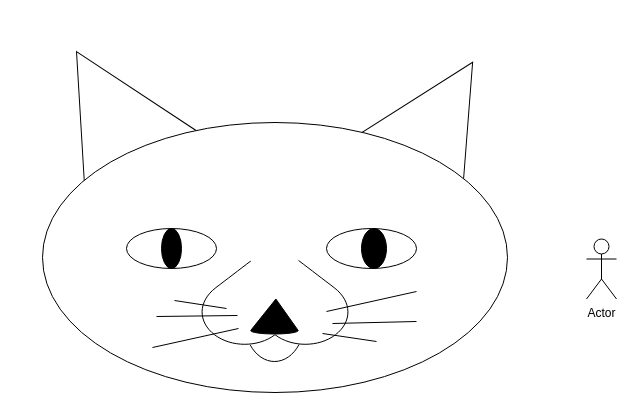
cherju/diagrams keeps this draw.io diagram as cat.drawio. Above is the earlier version. Source tidied: cells renumbered, new cells numbered last; positions are measured from the earlier drawing's top-left corner, leaving out a move shared by most shapes. Both pictures are drawn from the tidied source at 100%, with x=0, y=0 at pixel (42, 41).
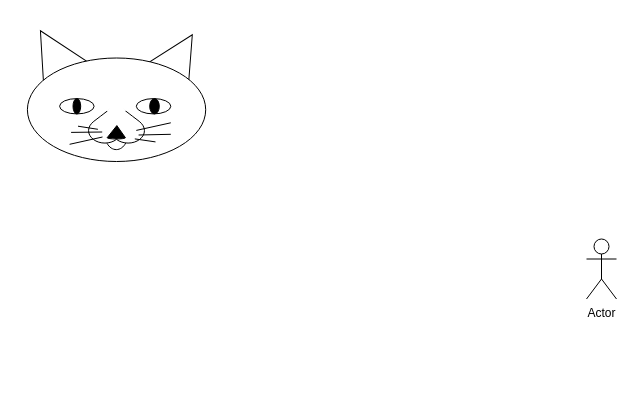
The same diagram, later.

Diff of the diagram source:
```diff
@@
+    <mxCell id="20" value="Actor" style="shape=umlActor;verticalLabelPosition=bottom;verticalAlign=top;html=1;direction=east;" parent="1" vertex="1">
+      <mxGeometry x="544" y="197.5" width="30" height="60" as="geometry" />
+    </mxCell>
+    <mxCell id="21" style="group;" parent="1" vertex="1">
+      <mxGeometry x="-24.5" y="-23.7" width="196.5" height="143.7" as="geometry" />
+    </mxCell>
-    <mxCell id="2" style="verticalLabelPosition=bottom;verticalAlign=top;html=1;shape=mxgraph.basic.cone2;dx=0.5;dy=0.9;rotation=31;" parent="1" vertex="1">
-      <mxGeometry x="324" y="10" width="135" height="150" as="geometry" />
+    <mxCell id="2" style="verticalLabelPosition=bottom;verticalAlign=top;html=1;shape=mxgraph.basic.cone2;dx=0.5;dy=0.9;rotation=31;" parent="21" vertex="1">
+      <mxGeometry x="133.6" y="12.9" width="51.8" height="57.5" as="geometry" />
     </mxCell>
-    <mxCell id="3" style="verticalLabelPosition=bottom;verticalAlign=top;html=1;shape=mxgraph.basic.cone2;dx=0.5;dy=0.9;rotation=-30;" parent="1" vertex="1">
-      <mxGeometry x="4" width="135" height="150" as="geometry" />
+    <mxCell id="3" style="verticalLabelPosition=bottom;verticalAlign=top;html=1;shape=mxgraph.basic.cone2;dx=0.5;dy=0.9;rotation=-30;" parent="21" vertex="1">
+      <mxGeometry x="10.9" y="9.1" width="51.8" height="57.5" as="geometry" />
     </mxCell>
-    <mxCell id="4" style="ellipse;whiteSpace=wrap;html=1;" parent="1" vertex="1">
-      <mxGeometry y="81" width="465" height="270" as="geometry" />
+    <mxCell id="4" style="ellipse;whiteSpace=wrap;html=1;" parent="21" vertex="1">
+      <mxGeometry x="9.4" y="40.2" width="178.3" height="103.5" as="geometry" />
     </mxCell>
-    <mxCell id="5" style="ellipse;whiteSpace=wrap;html=1;" parent="1" vertex="1">
-      <mxGeometry x="84" y="187" width="90" height="40" as="geometry" />
+    <mxCell id="5" style="ellipse;whiteSpace=wrap;html=1;" parent="21" vertex="1">
+      <mxGeometry x="41.6" y="80.8" width="34.5" height="15.3" as="geometry" />
     </mxCell>
-    <mxCell id="6" style="ellipse;whiteSpace=wrap;html=1;fillColor=#000000;" parent="1" vertex="1">
-      <mxGeometry x="119" y="187" width="20" height="40" as="geometry" />
+    <mxCell id="6" style="ellipse;whiteSpace=wrap;html=1;fillColor=#000000;" parent="21" vertex="1">
+      <mxGeometry x="55" y="80.8" width="7.7" height="15.3" as="geometry" />
     </mxCell>
-    <mxCell id="7" style="ellipse;whiteSpace=wrap;html=1;" parent="1" vertex="1">
-      <mxGeometry x="284" y="187" width="90" height="40" as="geometry" />
+    <mxCell id="7" style="ellipse;whiteSpace=wrap;html=1;" parent="21" vertex="1">
+      <mxGeometry x="118.3" y="80.8" width="34.5" height="15.3" as="geometry" />
     </mxCell>
-    <mxCell id="8" style="ellipse;whiteSpace=wrap;html=1;fillColor=#000000;" parent="1" vertex="1">
-      <mxGeometry x="319" y="187" width="25" height="40" as="geometry" />
+    <mxCell id="8" style="ellipse;whiteSpace=wrap;html=1;fillColor=#000000;" parent="21" vertex="1">
+      <mxGeometry x="131.7" y="80.8" width="9.6" height="15.3" as="geometry" />
     </mxCell>
-    <mxCell id="9" style="verticalLabelPosition=bottom;verticalAlign=top;html=1;shape=mxgraph.basic.heart;rotation=-180;fillColor=#FFFFFF;" parent="1" vertex="1">
-      <mxGeometry x="155" y="201" width="155" height="105" as="geometry" />
+    <mxCell id="9" style="verticalLabelPosition=bottom;verticalAlign=top;html=1;shape=mxgraph.basic.heart;rotation=-180;fillColor=#FFFFFF;" parent="21" vertex="1">
+      <mxGeometry x="68.8" y="86.2" width="59.4" height="40.3" as="geometry" />
     </mxCell>
-    <mxCell id="10" style="verticalLabelPosition=bottom;verticalAlign=top;html=1;shape=mxgraph.basic.arc;startAngle=0.3474883799639614;endAngle=0.649668497640334;" parent="1" vertex="1">
-      <mxGeometry x="202" y="240" width="60" height="80" as="geometry" />
+    <mxCell id="10" style="verticalLabelPosition=bottom;verticalAlign=top;html=1;shape=mxgraph.basic.arc;startAngle=0.3474883799639614;endAngle=0.649668497640334;" parent="21" vertex="1">
+      <mxGeometry x="86.8" y="101.1" width="23" height="30.7" as="geometry" />
     </mxCell>
-    <mxCell id="11" style="verticalLabelPosition=bottom;verticalAlign=top;html=1;shape=mxgraph.basic.cone2;dx=0.53;dy=0.9;fillColor=#000000;" parent="1" vertex="1">
-      <mxGeometry x="208.2" y="257.5" width="47.5" height="35" as="geometry" />
+    <mxCell id="11" style="verticalLabelPosition=bottom;verticalAlign=top;html=1;shape=mxgraph.basic.cone2;dx=0.53;dy=0.9;fillColor=#000000;" parent="21" vertex="1">
+      <mxGeometry x="89.2" y="107.8" width="18.2" height="13.4" as="geometry" />
     </mxCell>
-    <mxCell id="12" style="verticalLabelPosition=bottom;verticalAlign=top;html=1;shape=mxgraph.basic.cone2;dx=0.53;dy=0.9;fillColor=#FFFFFF;strokeColor=#FFFFFF;" parent="1" vertex="1">
-      <mxGeometry x="208.2" y="187.5" width="47.5" height="35" as="geometry" />
+    <mxCell id="12" style="verticalLabelPosition=bottom;verticalAlign=top;html=1;shape=mxgraph.basic.cone2;dx=0.53;dy=0.9;fillColor=#FFFFFF;strokeColor=#FFFFFF;" parent="21" vertex="1">
+      <mxGeometry x="89.2" y="81" width="18.2" height="13.4" as="geometry" />
     </mxCell>
-    <mxCell id="13" style="endArrow=none;html=1;rounded=0;" parent="1" edge="1">
+    <mxCell id="13" style="endArrow=none;html=1;rounded=0;" parent="21" edge="1">
       <mxGeometry relative="1" as="geometry">
-        <mxPoint x="284" y="270" as="sourcePoint" />
-        <mxPoint x="374" y="250" as="targetPoint" />
+        <mxPoint x="118.3" y="112.6" as="sourcePoint" />
+        <mxPoint x="152.8" y="105" as="targetPoint" />
       </mxGeometry>
     </mxCell>
-    <mxCell id="14" style="endArrow=none;html=1;rounded=0;entryX=0.796;entryY=0.741;entryDx=0;entryDy=0;entryPerimeter=0;" parent="1" edge="1">
+    <mxCell id="14" style="endArrow=none;html=1;rounded=0;entryX=0.796;entryY=0.741;entryDx=0;entryDy=0;entryPerimeter=0;" parent="21" edge="1">
       <mxGeometry relative="1" as="geometry">
-        <mxPoint x="290" y="282" as="sourcePoint" />
-        <mxPoint x="374" y="280" as="targetPoint" />
+        <mxPoint x="120.6" y="117.2" as="sourcePoint" />
+        <mxPoint x="152.8" y="116.5" as="targetPoint" />
       </mxGeometry>
     </mxCell>
-    <mxCell id="15" style="endArrow=none;html=1;rounded=0;entryX=0.71;entryY=0.815;entryDx=0;entryDy=0;entryPerimeter=0;" parent="1" edge="1">
+    <mxCell id="15" style="endArrow=none;html=1;rounded=0;entryX=0.71;entryY=0.815;entryDx=0;entryDy=0;entryPerimeter=0;" parent="21" edge="1">
       <mxGeometry relative="1" as="geometry">
-        <mxPoint x="280" y="292" as="sourcePoint" />
-        <mxPoint x="334" y="300" as="targetPoint" />
+        <mxPoint x="116.8" y="121.1" as="sourcePoint" />
+        <mxPoint x="137.5" y="124.1" as="targetPoint" />
       </mxGeometry>
     </mxCell>
-    <mxCell id="16" style="group;flipH=1;flipV=1;rotation=-180;direction=south;" parent="1" vertex="1">
-      <mxGeometry x="114" y="225" width="50" height="90" as="geometry" />
+    <mxCell id="16" style="group;flipH=1;flipV=1;rotation=-180;direction=south;" parent="21" vertex="1">
+      <mxGeometry x="53.1" y="95.4" width="19.2" height="34.5" as="geometry" />
     </mxCell>
     <mxCell id="17" style="endArrow=none;html=1;rounded=0;" parent="16" edge="1">
       <mxGeometry relative="1" as="geometry">
-        <mxPoint x="82" y="62" as="sourcePoint" />
-        <mxPoint x="-4" y="81" as="targetPoint" />
+        <mxPoint x="31.4" y="23.8" as="sourcePoint" />
+        <mxPoint x="-1.5" y="31.1" as="targetPoint" />
       </mxGeometry>
     </mxCell>
     <mxCell id="18" style="endArrow=none;html=1;rounded=0;entryX=0.796;entryY=0.741;entryDx=0;entryDy=0;entryPerimeter=0;" parent="16" edge="1">
       <mxGeometry relative="1" as="geometry">
-        <mxPoint x="81" y="49" as="sourcePoint" />
-        <mxPoint y="50" as="targetPoint" />
+        <mxPoint x="31.1" y="18.8" as="sourcePoint" />
+        <mxPoint y="19.2" as="targetPoint" />
       </mxGeometry>
     </mxCell>
     <mxCell id="19" style="endArrow=none;html=1;rounded=0;entryX=0.71;entryY=0.815;entryDx=0;entryDy=0;entryPerimeter=0;" parent="16" edge="1">
       <mxGeometry relative="1" as="geometry">
-        <mxPoint x="70" y="42" as="sourcePoint" />
-        <mxPoint x="18" y="34" as="targetPoint" />
+        <mxPoint x="26.8" y="16.1" as="sourcePoint" />
+        <mxPoint x="6.9" y="13" as="targetPoint" />
       </mxGeometry>
     </mxCell>
-    <mxCell id="20" value="Actor" style="shape=umlActor;verticalLabelPosition=bottom;verticalAlign=top;html=1;direction=east;" parent="1" vertex="1">
-      <mxGeometry x="544" y="197.5" width="30" height="60" as="geometry" />
-    </mxCell>
```
